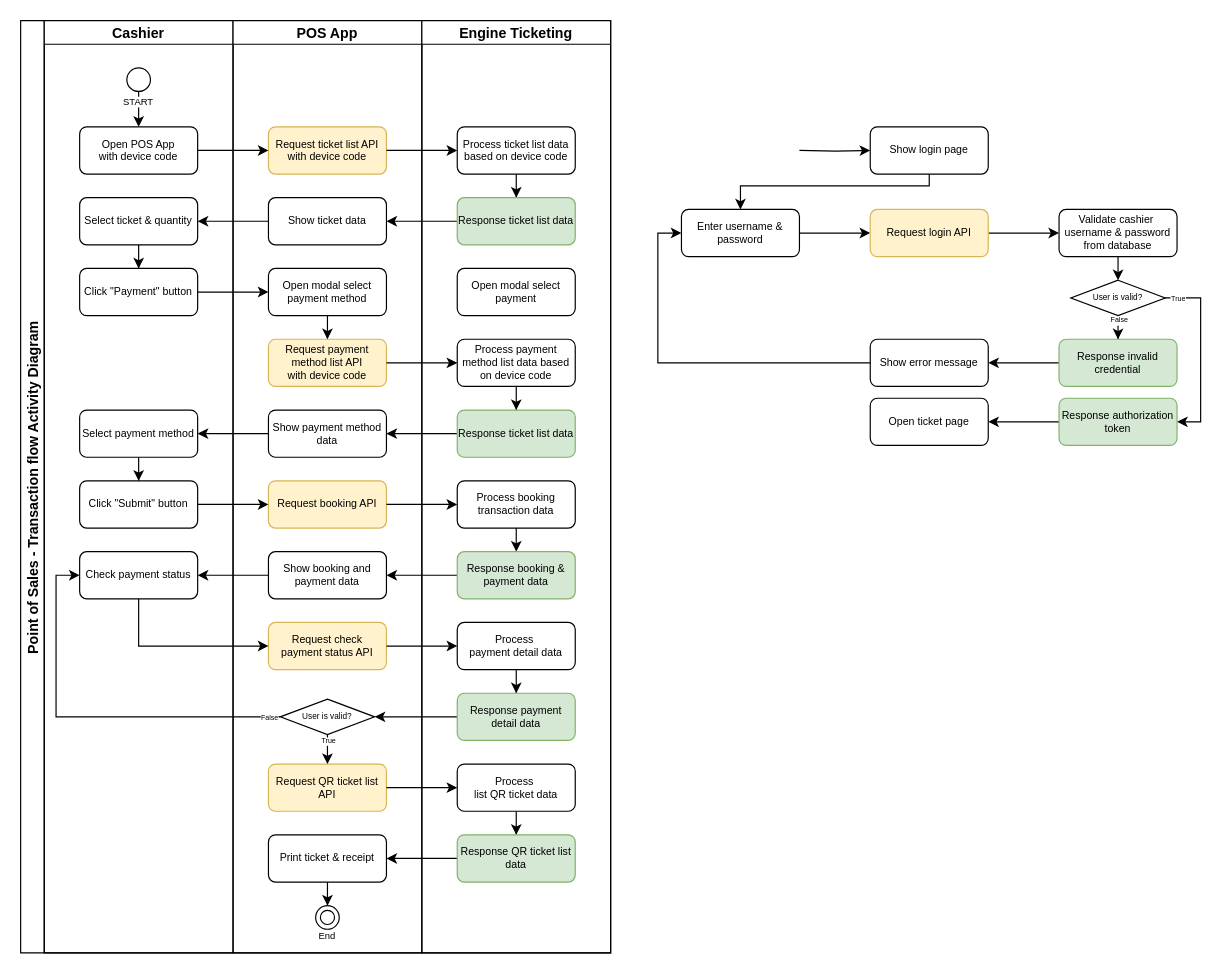
This is page "AD - POS - Transaction" (3 of 8) of draw.io/JRP Ticketing.drawio from bimasakti16/draw.io, a draw.io file, before an edit. Source tidied: cells renumbered, new cells numbered last; positions are measured from the earlier drawing's top-left corner, leaving out a move shared by most shapes. Both pictures are drawn from the tidied source at 118%, with x=0, y=0 at pixel (20, 20).
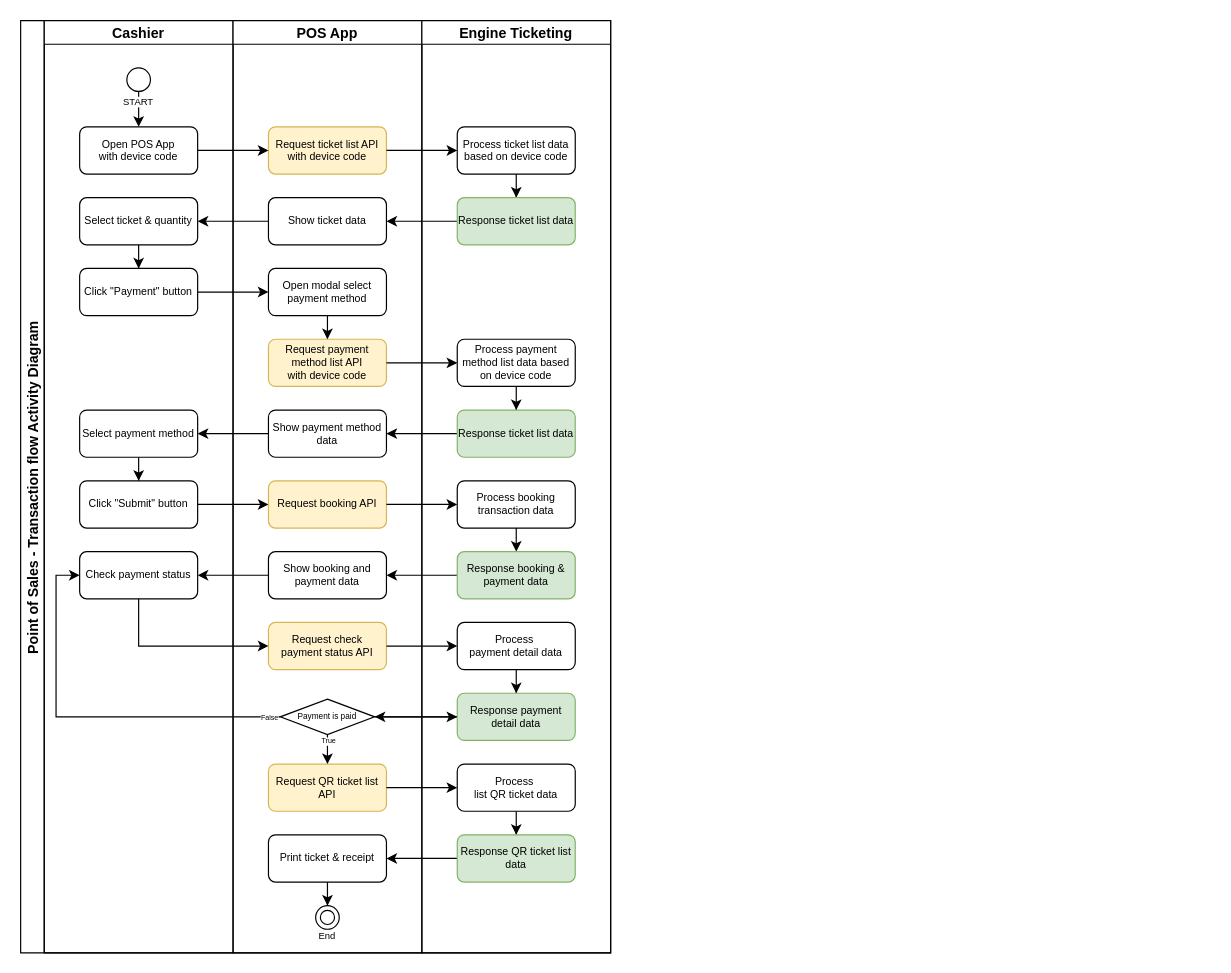
The same diagram, later.

Commit message:
add B2C Transaction flow

Unchanged cells that the change refers to:
```xml
<mxCell id="2" value="Point of Sales - Transaction flow Activity Diagram" style="swimlane;startSize=20;horizontal=0;fontSize=12;" parent="1" vertex="1">
  <mxGeometry width="500" height="790" as="geometry" />
</mxCell>
<mxCell id="14" value="POS App" style="swimlane;startSize=20;" parent="2" vertex="1">
  <mxGeometry x="180" width="160" height="790" as="geometry" />
</mxCell>
<mxCell id="49" value="Engine Ticketing" style="swimlane;startSize=20;" parent="2" vertex="1">
  <mxGeometry x="340" width="160" height="790" as="geometry" />
</mxCell>
<mxCell id="62" value="Response payment detail data" style="rounded=1;whiteSpace=wrap;html=1;fontSize=9;fillColor=#d5e8d4;strokeColor=#82b366;" parent="49" vertex="1">
  <mxGeometry x="30" y="570" width="100" height="40" as="geometry" />
</mxCell>
```

The edit, as a diff of the source:
```diff
@@
-    <mxCell id="25" value="User is valid?" style="rhombus;whiteSpace=wrap;html=1;fontSize=7;" parent="14" vertex="1">
+    <mxCell id="25" value="Payment is paid" style="rhombus;whiteSpace=wrap;html=1;fontSize=7;" parent="14" vertex="1">
       <mxGeometry x="40" y="575" width="80" height="30" as="geometry" />
     </mxCell>
@@
-    <mxCell id="53" value="Open modal select payment" style="rounded=1;whiteSpace=wrap;html=1;fontSize=9;" parent="49" vertex="1">
-      <mxGeometry x="30" y="210" width="100" height="40" as="geometry" />
-    </mxCell>
@@
-    <mxCell id="67" style="edgeStyle=orthogonalEdgeStyle;rounded=0;jettySize=auto;html=1;entryX=0;entryY=0.5;entryDx=0;entryDy=0;" parent="1" edge="1" target="74">
-      <mxGeometry relative="1" as="geometry">
-        <mxPoint x="660" y="110" as="sourcePoint" />
-      </mxGeometry>
-    </mxCell>
-    <mxCell id="68" style="edgeStyle=orthogonalEdgeStyle;rounded=0;jettySize=auto;html=1;entryX=0.5;entryY=0;entryDx=0;entryDy=0;" parent="1" edge="1" source="74" target="73">
-      <mxGeometry relative="1" as="geometry">
-        <Array as="points">
-          <mxPoint x="770" y="140" />
-          <mxPoint x="610" y="140" />
-        </Array>
-      </mxGeometry>
-    </mxCell>
-    <mxCell id="69" style="edgeStyle=orthogonalEdgeStyle;rounded=0;jettySize=auto;html=1;entryX=0;entryY=0.5;entryDx=0;entryDy=0;" parent="1" edge="1" source="73" target="75">
-      <mxGeometry relative="1" as="geometry" />
-    </mxCell>
-    <mxCell id="70" style="edgeStyle=orthogonalEdgeStyle;rounded=0;jettySize=auto;html=1;entryX=0;entryY=0.5;entryDx=0;entryDy=0;" parent="1" edge="1" source="75" target="79">
-      <mxGeometry relative="1" as="geometry" />
-    </mxCell>
-    <mxCell id="71" style="edgeStyle=orthogonalEdgeStyle;rounded=0;jettySize=auto;html=1;entryX=1;entryY=0.5;entryDx=0;entryDy=0;" parent="1" edge="1" source="85" target="76">
-      <mxGeometry relative="1" as="geometry" />
-    </mxCell>
-    <mxCell id="72" style="edgeStyle=orthogonalEdgeStyle;rounded=0;jettySize=auto;html=1;entryX=1;entryY=0.5;entryDx=0;entryDy=0;" parent="1" edge="1" source="86" target="77">
-      <mxGeometry relative="1" as="geometry" />
-    </mxCell>
-    <mxCell id="73" value="Enter username &amp;amp; password" style="rounded=1;whiteSpace=wrap;html=1;fontSize=9;" parent="1" vertex="1">
-      <mxGeometry x="560" y="160" width="100" height="40" as="geometry" />
-    </mxCell>
-    <mxCell id="74" value="Show login page" style="rounded=1;whiteSpace=wrap;html=1;fontSize=9;" parent="1" vertex="1">
-      <mxGeometry x="720" y="90" width="100" height="40" as="geometry" />
-    </mxCell>
-    <mxCell id="75" value="Request login API" style="rounded=1;whiteSpace=wrap;html=1;fontSize=9;fillColor=#fff2cc;strokeColor=#d6b656;" parent="1" vertex="1">
-      <mxGeometry x="720" y="160" width="100" height="40" as="geometry" />
-    </mxCell>
-    <mxCell id="76" value="Open ticket page" style="rounded=1;whiteSpace=wrap;html=1;fontSize=9;" parent="1" vertex="1">
-      <mxGeometry x="720" y="320" width="100" height="40" as="geometry" />
-    </mxCell>
-    <mxCell id="77" value="Show error message" style="rounded=1;whiteSpace=wrap;html=1;fontSize=9;" parent="1" vertex="1">
-      <mxGeometry x="720" y="270" width="100" height="40" as="geometry" />
-    </mxCell>
-    <mxCell id="78" style="edgeStyle=orthogonalEdgeStyle;rounded=0;jettySize=auto;html=1;entryX=0.5;entryY=0;entryDx=0;entryDy=0;" parent="1" edge="1" target="84">
-      <mxGeometry relative="1" as="geometry">
-        <mxPoint x="930" y="190" as="sourcePoint" />
-      </mxGeometry>
-    </mxCell>
-    <mxCell id="79" value="Validate cashier&amp;nbsp;&lt;br&gt;username &amp;amp; password from database" style="rounded=1;whiteSpace=wrap;html=1;fontSize=9;" parent="1" vertex="1">
-      <mxGeometry x="880" y="160" width="100" height="40" as="geometry" />
-    </mxCell>
-    <mxCell id="80" style="edgeStyle=orthogonalEdgeStyle;rounded=0;jettySize=auto;html=1;entryX=0.5;entryY=0;entryDx=0;entryDy=0;" parent="1" edge="1" source="84" target="86">
-      <mxGeometry relative="1" as="geometry" />
-    </mxCell>
-    <mxCell id="81" value="&lt;font style=&quot;font-size: 6px;&quot;&gt;False&lt;/font&gt;" style="edgeLabel;html=1;align=center;verticalAlign=bottom;" parent="80" vertex="1">
-      <mxGeometry x="0.12" y="1" relative="1" as="geometry">
-        <mxPoint x="1" y="4" as="offset" />
-      </mxGeometry>
-    </mxCell>
-    <mxCell id="82" style="edgeStyle=orthogonalEdgeStyle;rounded=0;jettySize=auto;html=1;entryX=1;entryY=0.5;entryDx=0;entryDy=0;exitX=1;exitY=0.5;exitDx=0;exitDy=0;" parent="1" edge="1" source="84" target="85">
-      <mxGeometry relative="1" as="geometry">
-        <Array as="points">
-          <mxPoint x="1000" y="235" />
-          <mxPoint x="1000" y="340" />
-        </Array>
-      </mxGeometry>
-    </mxCell>
-    <mxCell id="83" value="&lt;font style=&quot;font-size: 6px;&quot;&gt;True&lt;/font&gt;" style="edgeLabel;html=1;align=center;verticalAlign=middle;fontSize=6;" parent="82" vertex="1">
-      <mxGeometry x="-0.89" relative="1" as="geometry">
-        <mxPoint x="1" as="offset" />
-      </mxGeometry>
-    </mxCell>
-    <mxCell id="84" value="User is valid?" style="rhombus;whiteSpace=wrap;html=1;fontSize=7;" parent="1" vertex="1">
-      <mxGeometry x="890" y="220" width="80" height="30" as="geometry" />
-    </mxCell>
-    <mxCell id="85" value="Response authorization token" style="rounded=1;whiteSpace=wrap;html=1;fontSize=9;fillColor=#d5e8d4;strokeColor=#82b366;" parent="1" vertex="1">
-      <mxGeometry x="880" y="320" width="100" height="40" as="geometry" />
-    </mxCell>
-    <mxCell id="86" value="Response invalid credential" style="rounded=1;whiteSpace=wrap;html=1;fontSize=9;fillColor=#d5e8d4;strokeColor=#82b366;" parent="1" vertex="1">
-      <mxGeometry x="880" y="270" width="100" height="40" as="geometry" />
-    </mxCell>
-    <mxCell id="87" style="edgeStyle=orthogonalEdgeStyle;rounded=0;jettySize=auto;html=1;entryX=0;entryY=0.5;entryDx=0;entryDy=0;" parent="1" edge="1" source="77" target="73">
-      <mxGeometry relative="1" as="geometry" />
-    </mxCell>
+    <mxCell id="88" style="edgeStyle=orthogonalEdgeStyle;rounded=0;jettySize=auto;html=1;" parent="2" edge="1" source="25" target="62">
+      <mxGeometry relative="1" as="geometry" />
+    </mxCell>
```
